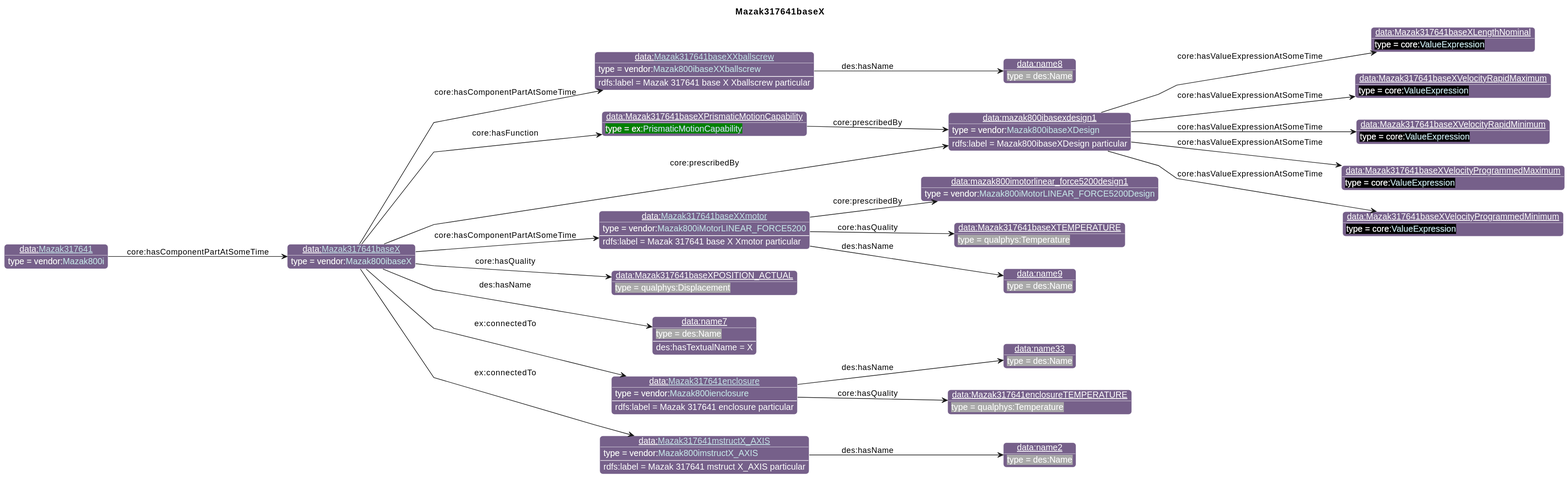
Above: diagrams/Mazak317641baseX.svg in iofoundry/example-syseng-mtconnect (PlantUML), before the change.
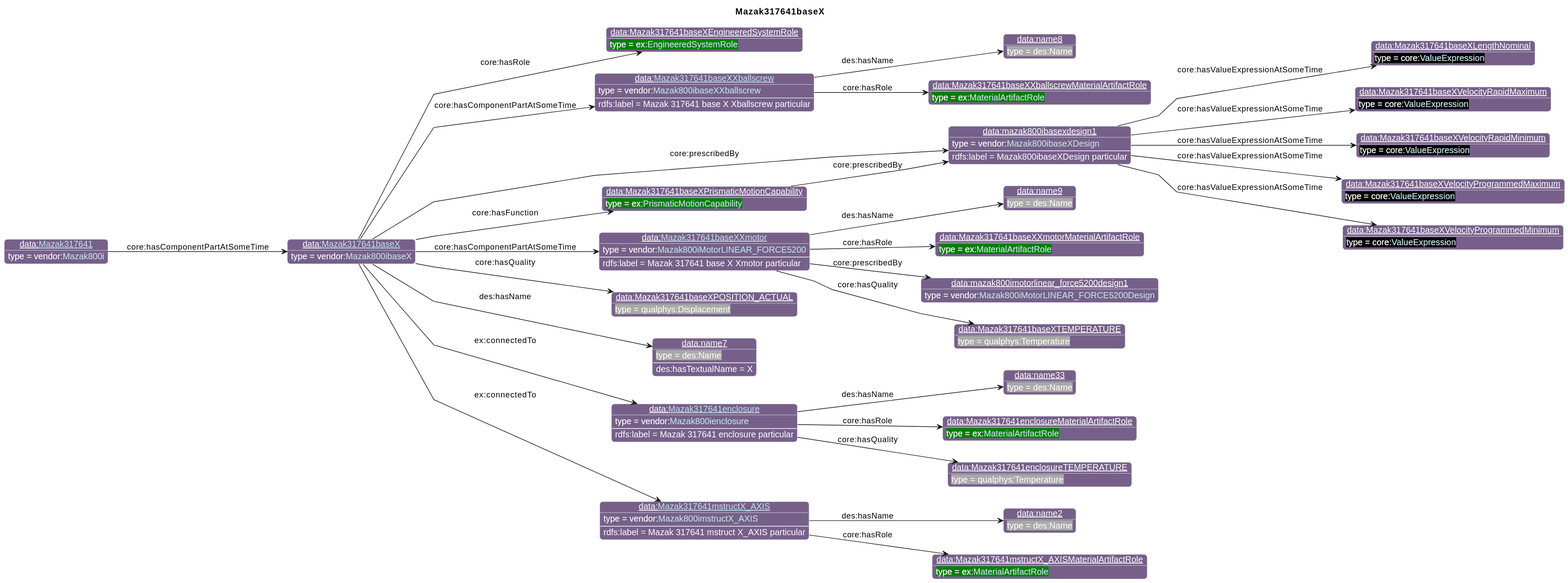
Later version of the same file.

Diff of the diagram source:
```diff
@@ -26,53 +26,63 @@
                       "qp":"641B2E"
       }
 individual(o0, data:[[./Mazak317641baseX.html Mazak317641baseX]], vendor:[[../Mazak.html#Mazak800ibaseX Mazak800ibaseX]])
-individual(o1, data:mazak800ibasexdesign1, vendor:[[../Mazak.html#Mazak800ibaseXDesign Mazak800ibaseXDesign]])
-individual(o2, data:Mazak317641baseXLengthNominal, core:[[https://spec.industrialontologies.org/ontology/core/Core/ValueExpression ValueExpression]])
-individual(o3, data:Mazak317641baseXVelocityRapidMaximum, core:[[https://spec.industrialontologies.org/ontology/core/Core/ValueExpression ValueExpression]])
-individual(o4, data:Mazak317641baseXVelocityRapidMinimum, core:[[https://spec.industrialontologies.org/ontology/core/Core/ValueExpression ValueExpression]])
-individual(o5, data:Mazak317641baseXVelocityProgrammedMaximum, core:[[https://spec.industrialontologies.org/ontology/core/Core/ValueExpression ValueExpression]])
-individual(o6, data:Mazak317641baseXVelocityProgrammedMinimum, core:[[https://spec.industrialontologies.org/ontology/core/Core/ValueExpression ValueExpression]])
-individual(o7, data:[[./Mazak317641baseXXballscrew.html Mazak317641baseXXballscrew]], vendor:[[../Mazak.html#Mazak800ibaseXXballscrew Mazak800ibaseXXballscrew]])
-individual(o8, data:name8, des:Name)
-individual(o9, data:[[./Mazak317641baseXXmotor.html Mazak317641baseXXmotor]], vendor:[[../Mazak.html#Mazak800iMotorLINEAR_FORCE5200 Mazak800iMotorLINEAR_FORCE5200]])
-individual(o10, data:mazak800imotorlinear_force5200design1, vendor:[[../Mazak.html#Mazak800iMotorLINEAR_FORCE5200Design Mazak800iMotorLINEAR_FORCE5200Design]])
-individual(o11, data:Mazak317641baseXTEMPERATURE, qualphys:Temperature)
-individual(o12, data:name9, des:Name)
-individual(o13, data:Mazak317641baseXPrismaticMotionCapability, ex:[[../Example.html#PrismaticMotionCapability PrismaticMotionCapability]])
-individual(o14, data:Mazak317641baseXPOSITION_ACTUAL, qualphys:Displacement)
-individual(o15, data:name7, des:Name)
-individual(o16, data:[[./Mazak317641enclosure.html Mazak317641enclosure]], vendor:[[../Mazak.html#Mazak800ienclosure Mazak800ienclosure]])
-individual(o17, data:Mazak317641enclosureTEMPERATURE, qualphys:Temperature)
-individual(o18, data:name33, des:Name)
-individual(o19, data:[[./Mazak317641mstructX_AXIS.html Mazak317641mstructX_AXIS]], vendor:[[../Mazak.html#Mazak800imstructX_AXIS Mazak800imstructX_AXIS]])
-individual(o20, data:name2, des:Name)
-individual(o21, data:[[./Mazak317641.html Mazak317641]], vendor:[[../Mazak.html#Mazak800i Mazak800i]])
-property(o0, "core:prescribedBy", o1)
-data(o1, "rdfs:label", "Mazak800ibaseXDesign particular")
-property(o1, "core:hasValueExpressionAtSomeTime", o2)
-property(o1, "core:hasValueExpressionAtSomeTime", o3)
-property(o1, "core:hasValueExpressionAtSomeTime", o4)
-property(o1, "core:hasValueExpressionAtSomeTime", o5)
-property(o1, "core:hasValueExpressionAtSomeTime", o6)
-property(o0, "core:hasComponentPartAtSomeTime", o7)
-data(o7, "rdfs:label", "Mazak 317641 base X Xballscrew particular")
-property(o7, "des:hasName", o8)
-property(o0, "core:hasComponentPartAtSomeTime", o9)
-data(o9, "rdfs:label", "Mazak 317641 base X Xmotor particular")
-property(o9, "core:prescribedBy", o10)
-property(o9, "core:hasQuality", o11)
-property(o9, "des:hasName", o12)
-property(o0, "core:hasFunction", o13)
-property(o13, "core:prescribedBy", o1)
-property(o0, "core:hasQuality", o14)
-property(o0, "des:hasName", o15)
-data(o15, "des:hasTextualName", "X")
-property(o0, "ex:connectedTo", o16)
-data(o16, "rdfs:label", "Mazak 317641 enclosure particular")
-property(o16, "core:hasQuality", o17)
-property(o16, "des:hasName", o18)
+individual(o1, data:Mazak317641baseXEngineeredSystemRole, ex:[[../Example.html#EngineeredSystemRole EngineeredSystemRole]])
+individual(o2, data:mazak800ibasexdesign1, vendor:[[../Mazak.html#Mazak800ibaseXDesign Mazak800ibaseXDesign]])
+individual(o3, data:Mazak317641baseXLengthNominal, core:[[https://spec.industrialontologies.org/ontology/core/Core/ValueExpression ValueExpression]])
+individual(o4, data:Mazak317641baseXVelocityRapidMaximum, core:[[https://spec.industrialontologies.org/ontology/core/Core/ValueExpression ValueExpression]])
+individual(o5, data:Mazak317641baseXVelocityRapidMinimum, core:[[https://spec.industrialontologies.org/ontology/core/Core/ValueExpression ValueExpression]])
+individual(o6, data:Mazak317641baseXVelocityProgrammedMaximum, core:[[https://spec.industrialontologies.org/ontology/core/Core/ValueExpression ValueExpression]])
+individual(o7, data:Mazak317641baseXVelocityProgrammedMinimum, core:[[https://spec.industrialontologies.org/ontology/core/Core/ValueExpression ValueExpression]])
+individual(o8, data:[[./Mazak317641baseXXballscrew.html Mazak317641baseXXballscrew]], vendor:[[../Mazak.html#Mazak800ibaseXXballscrew Mazak800ibaseXXballscrew]])
+individual(o9, data:Mazak317641baseXXballscrewMaterialArtifactRole, ex:[[../Example.html#MaterialArtifactRole MaterialArtifactRole]])
+individual(o10, data:name8, des:Name)
+individual(o11, data:[[./Mazak317641baseXXmotor.html Mazak317641baseXXmotor]], vendor:[[../Mazak.html#Mazak800iMotorLINEAR_FORCE5200 Mazak800iMotorLINEAR_FORCE5200]])
+individual(o12, data:Mazak317641baseXXmotorMaterialArtifactRole, ex:[[../Example.html#MaterialArtifactRole MaterialArtifactRole]])
+individual(o13, data:mazak800imotorlinear_force5200design1, vendor:[[../Mazak.html#Mazak800iMotorLINEAR_FORCE5200Design Mazak800iMotorLINEAR_FORCE5200Design]])
+individual(o14, data:Mazak317641baseXTEMPERATURE, qualphys:Temperature)
+individual(o15, data:name9, des:Name)
+individual(o16, data:Mazak317641baseXPrismaticMotionCapability, ex:[[../Example.html#PrismaticMotionCapability PrismaticMotionCapability]])
+individual(o17, data:Mazak317641baseXPOSITION_ACTUAL, qualphys:Displacement)
+individual(o18, data:name7, des:Name)
+individual(o19, data:[[./Mazak317641enclosure.html Mazak317641enclosure]], vendor:[[../Mazak.html#Mazak800ienclosure Mazak800ienclosure]])
+individual(o20, data:Mazak317641enclosureMaterialArtifactRole, ex:[[../Example.html#MaterialArtifactRole MaterialArtifactRole]])
+individual(o21, data:Mazak317641enclosureTEMPERATURE, qualphys:Temperature)
+individual(o22, data:name33, des:Name)
+individual(o23, data:[[./Mazak317641mstructX_AXIS.html Mazak317641mstructX_AXIS]], vendor:[[../Mazak.html#Mazak800imstructX_AXIS Mazak800imstructX_AXIS]])
+individual(o24, data:Mazak317641mstructX_AXISMaterialArtifactRole, ex:[[../Example.html#MaterialArtifactRole MaterialArtifactRole]])
+individual(o25, data:name2, des:Name)
+individual(o26, data:[[./Mazak317641.html Mazak317641]], vendor:[[../Mazak.html#Mazak800i Mazak800i]])
+property(o0, "core:hasRole", o1)
+property(o0, "core:prescribedBy", o2)
+data(o2, "rdfs:label", "Mazak800ibaseXDesign particular")
+property(o2, "core:hasValueExpressionAtSomeTime", o3)
+property(o2, "core:hasValueExpressionAtSomeTime", o4)
+property(o2, "core:hasValueExpressionAtSomeTime", o5)
+property(o2, "core:hasValueExpressionAtSomeTime", o6)
+property(o2, "core:hasValueExpressionAtSomeTime", o7)
+property(o0, "core:hasComponentPartAtSomeTime", o8)
+data(o8, "rdfs:label", "Mazak 317641 base X Xballscrew particular")
+property(o8, "core:hasRole", o9)
+property(o8, "des:hasName", o10)
+property(o0, "core:hasComponentPartAtSomeTime", o11)
+data(o11, "rdfs:label", "Mazak 317641 base X Xmotor particular")
+property(o11, "core:hasRole", o12)
+property(o11, "core:prescribedBy", o13)
+property(o11, "core:hasQuality", o14)
+property(o11, "des:hasName", o15)
+property(o0, "core:hasFunction", o16)
+property(o16, "core:prescribedBy", o2)
+property(o0, "core:hasQuality", o17)
+property(o0, "des:hasName", o18)
+data(o18, "des:hasTextualName", "X")
 property(o0, "ex:connectedTo", o19)
-data(o19, "rdfs:label", "Mazak 317641 mstruct X_AXIS particular")
-property(o19, "des:hasName", o20)
-property(o21, "core:hasComponentPartAtSomeTime", o0)
+data(o19, "rdfs:label", "Mazak 317641 enclosure particular")
+property(o19, "core:hasRole", o20)
+property(o19, "core:hasQuality", o21)
+property(o19, "des:hasName", o22)
+property(o0, "ex:connectedTo", o23)
+data(o23, "rdfs:label", "Mazak 317641 mstruct X_AXIS particular")
+property(o23, "core:hasRole", o24)
+property(o23, "des:hasName", o25)
+property(o26, "core:hasComponentPartAtSomeTime", o0)
 @enduml
```
